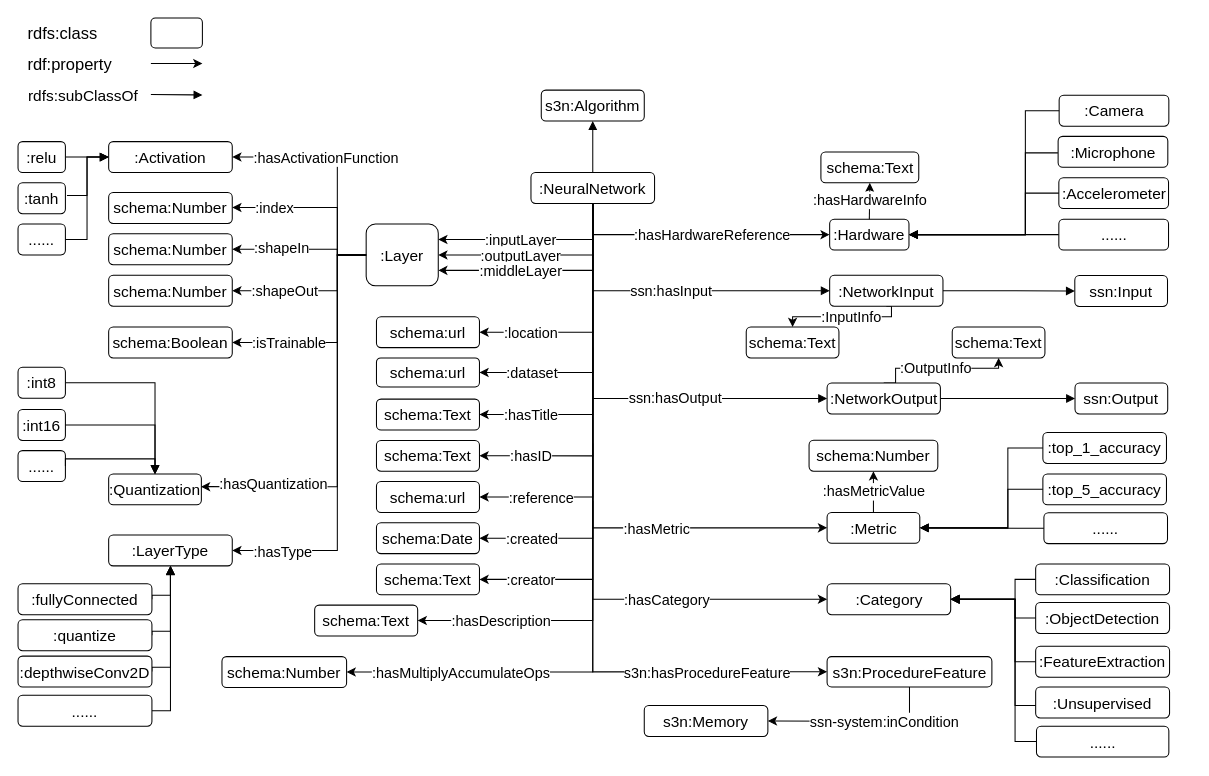
The draw.io diagram NN_tinyML.drawio in Haoyu-R/appendix, before the edit. Source tidied: cells renumbered, new cells numbered last; positions are measured from the earlier drawing's top-left corner, leaving out a move shared by most shapes. Both pictures are drawn from the tidied source at 103%, with x=0, y=0 at pixel (18, 18).
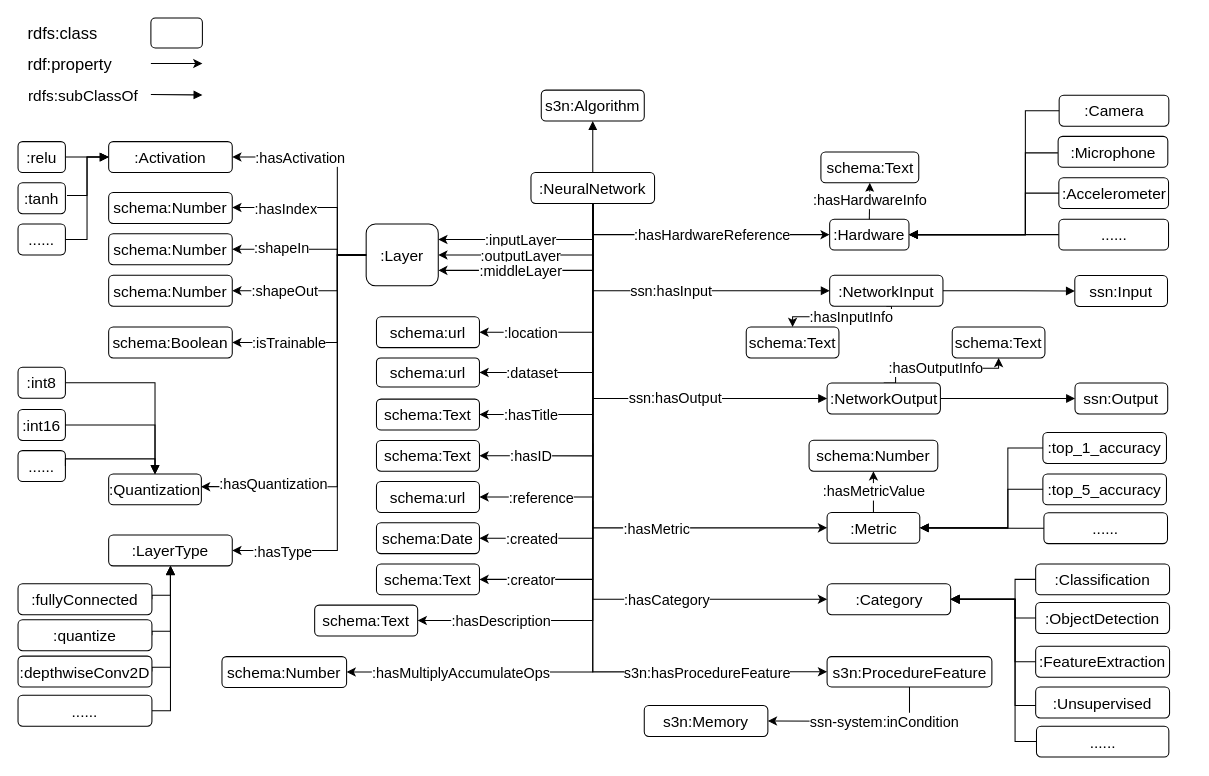
The same page after the edit.

Unchanged cells that the change refers to:
```xml
<mxCell id="28" style="edgeStyle=orthogonalEdgeStyle;rounded=0;jettySize=auto;html=1;exitX=0.5;exitY=1;exitDx=0;exitDy=0;" parent="1" edge="1" source="30" target="55">
  <mxGeometry relative="1" as="geometry">
    <Array as="points">
      <mxPoint x="848" y="290" />
      <mxPoint x="752" y="290" />
    </Array>
  </mxGeometry>
</mxCell>
<mxCell id="32" style="edgeStyle=orthogonalEdgeStyle;rounded=0;jettySize=auto;html=1;exitX=0.5;exitY=0;exitDx=0;exitDy=0;entryX=0.5;entryY=1;entryDx=0;entryDy=0;" parent="1" edge="1" source="34" target="56">
  <mxGeometry relative="1" as="geometry">
    <Array as="points">
      <mxPoint x="852" y="340" />
      <mxPoint x="952" y="340" />
    </Array>
  </mxGeometry>
</mxCell>
<mxCell id="58" style="edgeStyle=orthogonalEdgeStyle;rounded=0;jettySize=auto;html=1;" parent="1" edge="1" target="57">
  <mxGeometry relative="1" as="geometry">
    <mxPoint x="338" y="230" as="sourcePoint" />
    <Array as="points">
      <mxPoint x="310" y="230" />
      <mxPoint x="310" y="184" />
    </Array>
  </mxGeometry>
</mxCell>
<mxCell id="70" style="edgeStyle=orthogonalEdgeStyle;rounded=0;jettySize=auto;html=1;entryX=1;entryY=0.5;entryDx=0;entryDy=0;" parent="1" edge="1" target="64">
  <mxGeometry relative="1" as="geometry">
    <mxPoint x="338" y="230" as="sourcePoint" />
    <Array as="points">
      <mxPoint x="310" y="230" />
      <mxPoint x="310" y="135" />
    </Array>
  </mxGeometry>
</mxCell>
```

The edit, as a diff of the source:
```diff
@@
-    <mxCell id="29" value="&lt;font style=&quot;font-size: 14px&quot;&gt;:InputInfo&lt;/font&gt;" style="edgeLabel;html=1;align=center;verticalAlign=middle;" parent="28" vertex="1">
+    <mxCell id="29" value="&lt;font style=&quot;font-size: 14px&quot;&gt;:hasInputInfo&lt;/font&gt;" style="edgeLabel;html=1;align=center;verticalAlign=middle;" parent="28" vertex="1">
       <mxGeometry x="0.06" y="1" relative="1" as="geometry">
         <mxPoint x="9" y="-1" as="offset" />
       </mxGeometry>
     </mxCell>
@@
-    <mxCell id="33" value="&lt;font style=&quot;font-size: 14px&quot;&gt;:OutputInfo&lt;/font&gt;" style="edgeLabel;html=1;align=center;verticalAlign=middle;" parent="32" vertex="1">
+    <mxCell id="33" value="&lt;font style=&quot;font-size: 14px&quot;&gt;:hasOutputInfo&lt;/font&gt;" style="edgeLabel;html=1;align=center;verticalAlign=middle;" parent="32" vertex="1">
       <mxGeometry x="-0.26" y="-1" relative="1" as="geometry">
         <mxPoint x="14" y="-2" as="offset" />
       </mxGeometry>
     </mxCell>
@@
-    <mxCell id="59" value="&lt;font style=&quot;font-size: 14px&quot;&gt;:index&lt;/font&gt;" style="edgeLabel;html=1;align=center;verticalAlign=middle;" parent="58" vertex="1">
+    <mxCell id="59" value="&lt;font style=&quot;font-size: 14px&quot;&gt;:hasIndex&lt;/font&gt;" style="edgeLabel;html=1;align=center;verticalAlign=middle;" parent="58" vertex="1">
       <mxGeometry x="0.41" relative="1" as="geometry">
-        <mxPoint x="-12" as="offset" />
+        <mxPoint x="-1" y="1" as="offset" />
       </mxGeometry>
     </mxCell>
@@
-    <mxCell id="71" value="&lt;font style=&quot;font-size: 14px&quot;&gt;:hasActivationFunction&lt;/font&gt;" style="edgeLabel;html=1;align=center;verticalAlign=middle;" parent="70" vertex="1">
+    <mxCell id="71" value="&lt;font style=&quot;font-size: 14px&quot;&gt;:hasActivation&lt;/font&gt;" style="edgeLabel;html=1;align=center;verticalAlign=middle;" parent="70" vertex="1">
       <mxGeometry x="0.41" relative="1" as="geometry">
-        <mxPoint x="24" as="offset" />
+        <mxPoint x="-1" as="offset" />
       </mxGeometry>
     </mxCell>
```
